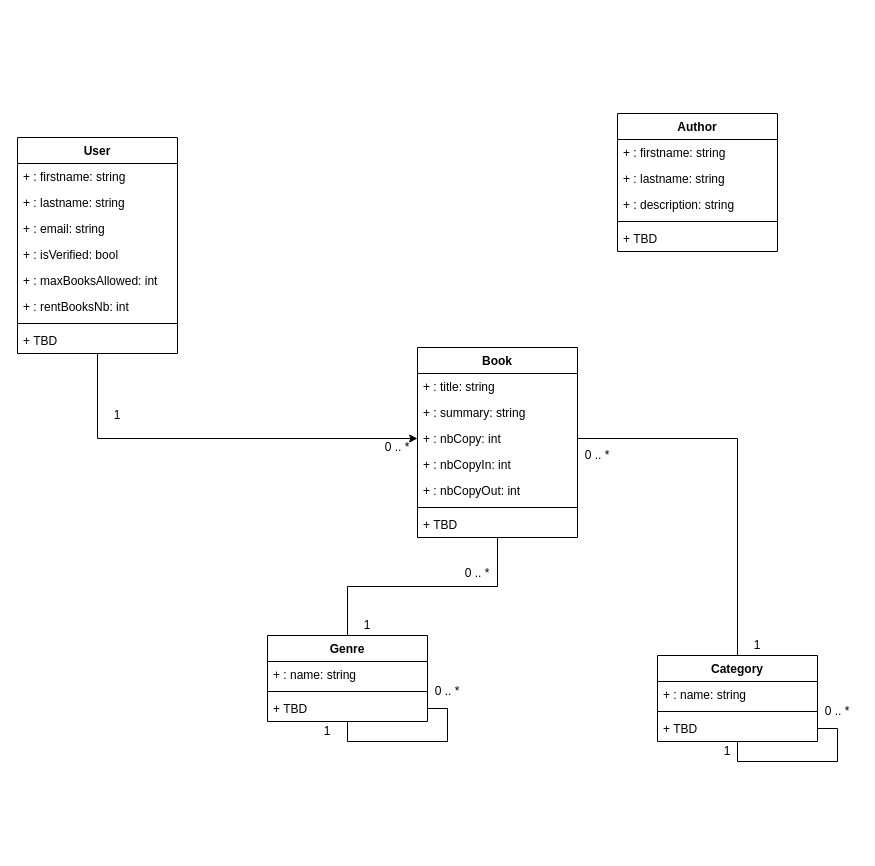
Earlier version of the draw.io diagram page "UML Class Diagram" (3 of 3) of docs/library_store.drawio (pptech-ds/CDA-JS-LIbrary-Store). Source tidied: cells renumbered, new cells numbered last; positions are measured from the earlier drawing's top-left corner, leaving out a move shared by most shapes. Both pictures are drawn from the tidied source at 100%, with x=0, y=0 at pixel (17, 113).
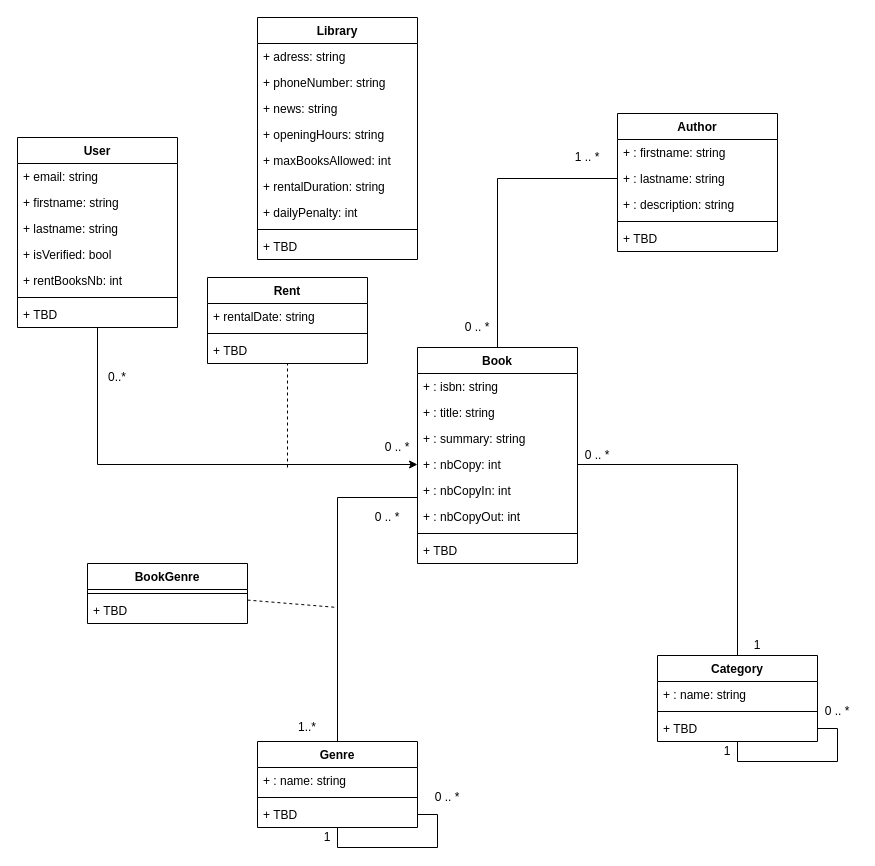
The same page after the edit.

Unchanged cells that the change refers to:
```xml
<mxCell id="43" value="+ : lastname: string  " style="text;strokeColor=none;fillColor=none;align=left;verticalAlign=top;spacingLeft=4;spacingRight=4;overflow=hidden;points=[[0,0.5],[1,0.5]];portConstraint=eastwest;" parent="41" vertex="1">
  <mxGeometry y="52" width="160" height="26" as="geometry" />
</mxCell>
```

Change to the diagram source:
```diff
@@
     <mxCell id="3" value="User" style="swimlane;fontStyle=1;align=center;verticalAlign=top;horizontal=1;startSize=26;" parent="1" vertex="1">
-      <mxGeometry y="24" width="160" height="216" as="geometry" />
+      <mxGeometry y="24" width="160" height="190" as="geometry" />
     </mxCell>
+    <mxCell id="6" value="+ email: string  " style="text;strokeColor=none;fillColor=none;align=left;verticalAlign=top;spacingLeft=4;spacingRight=4;overflow=hidden;" parent="3" vertex="1">
+      <mxGeometry y="26" width="160" height="26" as="geometry" />
+    </mxCell>
-    <mxCell id="4" value="+ : firstname: string&#10;  " style="text;strokeColor=none;fillColor=none;align=left;verticalAlign=top;spacingLeft=4;spacingRight=4;overflow=hidden;" parent="3" vertex="1">
-      <mxGeometry y="26" width="160" height="26" as="geometry" />
+    <mxCell id="4" value="+ firstname: string&#10;  " style="text;strokeColor=none;fillColor=none;align=left;verticalAlign=top;spacingLeft=4;spacingRight=4;overflow=hidden;" parent="3" vertex="1">
+      <mxGeometry y="52" width="160" height="26" as="geometry" />
     </mxCell>
-    <mxCell id="5" value="+ : lastname: string " style="text;strokeColor=none;fillColor=none;align=left;verticalAlign=top;spacingLeft=4;spacingRight=4;overflow=hidden;" parent="3" vertex="1">
-      <mxGeometry y="52" width="160" height="26" as="geometry" />
+    <mxCell id="5" value="+ lastname: string " style="text;strokeColor=none;fillColor=none;align=left;verticalAlign=top;spacingLeft=4;spacingRight=4;overflow=hidden;" parent="3" vertex="1">
+      <mxGeometry y="78" width="160" height="26" as="geometry" />
     </mxCell>
-    <mxCell id="6" value="+ : email: string  " style="text;strokeColor=none;fillColor=none;align=left;verticalAlign=top;spacingLeft=4;spacingRight=4;overflow=hidden;" parent="3" vertex="1">
-      <mxGeometry y="78" width="160" height="26" as="geometry" />
-    </mxCell>
-    <mxCell id="7" value="+ : isVerified: bool  " style="text;strokeColor=none;fillColor=none;align=left;verticalAlign=top;spacingLeft=4;spacingRight=4;overflow=hidden;" parent="3" vertex="1">
+    <mxCell id="7" value="+ isVerified: bool  " style="text;strokeColor=none;fillColor=none;align=left;verticalAlign=top;spacingLeft=4;spacingRight=4;overflow=hidden;" parent="3" vertex="1">
       <mxGeometry y="104" width="160" height="26" as="geometry" />
     </mxCell>
-    <mxCell id="8" value="+ : maxBooksAllowed: int  " style="text;strokeColor=none;fillColor=none;align=left;verticalAlign=top;spacingLeft=4;spacingRight=4;overflow=hidden;" parent="3" vertex="1">
-      <mxGeometry y="130" width="160" height="26" as="geometry" />
-    </mxCell>
-    <mxCell id="9" value="+ : rentBooksNb: int  " style="text;strokeColor=none;fillColor=none;align=left;verticalAlign=top;spacingLeft=4;spacingRight=4;overflow=hidden;" parent="3" vertex="1">
-      <mxGeometry y="156" width="160" height="26" as="geometry" />
+    <mxCell id="9" value="+ rentBooksNb: int  " style="text;strokeColor=none;fillColor=none;align=left;verticalAlign=top;spacingLeft=4;spacingRight=4;overflow=hidden;" parent="3" vertex="1">
+      <mxGeometry y="130" width="160" height="26" as="geometry" />
     </mxCell>
     <mxCell id="10" style="line;strokeWidth=1;fillColor=none;align=left;verticalAlign=middle;spacingTop=-1;spacingLeft=3;spacingRight=3;labelPosition=right;" parent="3" vertex="1">
-      <mxGeometry y="182" width="160" height="8" as="geometry" />
+      <mxGeometry y="156" width="160" height="8" as="geometry" />
     </mxCell>
     <mxCell id="11" value="+ TBD" style="text;strokeColor=none;fillColor=none;align=left;verticalAlign=top;spacingLeft=4;spacingRight=4;overflow=hidden;" parent="3" vertex="1">
-      <mxGeometry y="190" width="160" height="26" as="geometry" />
+      <mxGeometry y="164" width="160" height="26" as="geometry" />
     </mxCell>
     <mxCell id="12" style="edgeStyle=orthogonalEdgeStyle;rounded=0;jettySize=auto;html=1;entryX=0.5;entryY=0;entryDx=0;entryDy=0;endArrow=none;endFill=0;" parent="1" edge="1" source="13" target="29">
-      <mxGeometry relative="1" as="geometry" />
+      <mxGeometry relative="1" as="geometry">
+        <Array as="points">
+          <mxPoint x="320" y="384" />
+        </Array>
+      </mxGeometry>
     </mxCell>
     <mxCell id="13" value="Book" style="swimlane;fontStyle=1;align=center;verticalAlign=top;horizontal=1;startSize=26;" parent="1" vertex="1">
-      <mxGeometry x="400" y="234" width="160" height="190" as="geometry" />
+      <mxGeometry x="400" y="234" width="160" height="216" as="geometry" />
     </mxCell>
-    <mxCell id="14" value="+ : title: string&#10;  " style="text;strokeColor=none;fillColor=none;align=left;verticalAlign=top;spacingLeft=4;spacingRight=4;overflow=hidden;" parent="13" vertex="1">
+    <mxCell id="14" value="+ : isbn: string&#10;  " style="text;strokeColor=none;fillColor=none;align=left;verticalAlign=top;spacingLeft=4;spacingRight=4;overflow=hidden;" parent="13" vertex="1">
       <mxGeometry y="26" width="160" height="26" as="geometry" />
     </mxCell>
+    <mxCell id="48" value="+ : title: string&#10;  " style="text;strokeColor=none;fillColor=none;align=left;verticalAlign=top;spacingLeft=4;spacingRight=4;overflow=hidden;" parent="13" vertex="1">
+      <mxGeometry y="52" width="160" height="26" as="geometry" />
+    </mxCell>
     <mxCell id="15" value="+ : summary: string  " style="text;strokeColor=none;fillColor=none;align=left;verticalAlign=top;spacingLeft=4;spacingRight=4;overflow=hidden;" parent="13" vertex="1">
-      <mxGeometry y="52" width="160" height="26" as="geometry" />
+      <mxGeometry y="78" width="160" height="26" as="geometry" />
     </mxCell>
     <mxCell id="16" value="+ : nbCopy: int  " style="text;strokeColor=none;fillColor=none;align=left;verticalAlign=top;spacingLeft=4;spacingRight=4;overflow=hidden;points=[[0,0.5],[1,0.5]];portConstraint=eastwest;" parent="13" vertex="1">
-      <mxGeometry y="78" width="160" height="26" as="geometry" />
+      <mxGeometry y="104" width="160" height="26" as="geometry" />
     </mxCell>
     <mxCell id="17" value="+ : nbCopyIn: int " style="text;strokeColor=none;fillColor=none;align=left;verticalAlign=top;spacingLeft=4;spacingRight=4;overflow=hidden;" parent="13" vertex="1">
-      <mxGeometry y="104" width="160" height="26" as="geometry" />
+      <mxGeometry y="130" width="160" height="26" as="geometry" />
     </mxCell>
     <mxCell id="18" value="+ : nbCopyOut: int " style="text;strokeColor=none;fillColor=none;align=left;verticalAlign=top;spacingLeft=4;spacingRight=4;overflow=hidden;" parent="13" vertex="1">
-      <mxGeometry y="130" width="160" height="26" as="geometry" />
+      <mxGeometry y="156" width="160" height="26" as="geometry" />
     </mxCell>
     <mxCell id="19" style="line;strokeWidth=1;fillColor=none;align=left;verticalAlign=middle;spacingTop=-1;spacingLeft=3;spacingRight=3;labelPosition=right;" parent="13" vertex="1">
-      <mxGeometry y="156" width="160" height="8" as="geometry" />
+      <mxGeometry y="182" width="160" height="8" as="geometry" />
     </mxCell>
     <mxCell id="20" value="+ TBD" style="text;strokeColor=none;fillColor=none;align=left;verticalAlign=top;spacingLeft=4;spacingRight=4;overflow=hidden;" parent="13" vertex="1">
-      <mxGeometry y="164" width="160" height="26" as="geometry" />
+      <mxGeometry y="190" width="160" height="26" as="geometry" />
     </mxCell>
@@
     <mxCell id="29" value="Genre" style="swimlane;fontStyle=1;align=center;verticalAlign=top;horizontal=1;startSize=26;" parent="1" vertex="1">
-      <mxGeometry x="250" y="522" width="160" height="86" as="geometry" />
+      <mxGeometry x="240" y="628" width="160" height="86" as="geometry" />
     </mxCell>
@@
     <mxCell id="34" value="0 .. *" style="text;html=1;strokeColor=none;fillColor=none;align=center;verticalAlign=middle;whiteSpace=wrap;rounded=0;" parent="1" vertex="1">
-      <mxGeometry x="410" y="568" width="40" height="20" as="geometry" />
+      <mxGeometry x="410" y="674" width="40" height="20" as="geometry" />
     </mxCell>
     <mxCell id="35" value="1" style="text;html=1;strokeColor=none;fillColor=none;align=center;verticalAlign=middle;whiteSpace=wrap;rounded=0;" parent="1" vertex="1">
-      <mxGeometry x="290" y="608" width="40" height="20" as="geometry" />
+      <mxGeometry x="290" y="714" width="40" height="20" as="geometry" />
     </mxCell>
@@
-    <mxCell id="38" value="1" style="text;html=1;strokeColor=none;fillColor=none;align=center;verticalAlign=middle;whiteSpace=wrap;rounded=0;" parent="1" vertex="1">
-      <mxGeometry x="330" y="502" width="40" height="20" as="geometry" />
+    <mxCell id="38" value="1..*" style="text;html=1;strokeColor=none;fillColor=none;align=center;verticalAlign=middle;whiteSpace=wrap;rounded=0;" parent="1" vertex="1">
+      <mxGeometry x="270" y="604" width="40" height="20" as="geometry" />
     </mxCell>
@@
     <mxCell id="40" value="0 .. *" style="text;html=1;strokeColor=none;fillColor=none;align=center;verticalAlign=middle;whiteSpace=wrap;rounded=0;" parent="1" vertex="1">
-      <mxGeometry x="440" y="450" width="40" height="20" as="geometry" />
+      <mxGeometry x="350" y="394" width="40" height="20" as="geometry" />
     </mxCell>
@@
-    <mxCell id="47" value="1" style="text;html=1;strokeColor=none;fillColor=none;align=center;verticalAlign=middle;whiteSpace=wrap;rounded=0;" parent="1" vertex="1">
-      <mxGeometry x="80" y="292" width="40" height="20" as="geometry" />
+    <mxCell id="47" value="0..*" style="text;html=1;strokeColor=none;fillColor=none;align=center;verticalAlign=middle;whiteSpace=wrap;rounded=0;" parent="1" vertex="1">
+      <mxGeometry x="80" y="254" width="40" height="20" as="geometry" />
     </mxCell>
+    <mxCell id="49" value="BookGenre" style="swimlane;fontStyle=1;align=center;verticalAlign=top;horizontal=1;startSize=26;" parent="1" vertex="1">
+      <mxGeometry x="70" y="450" width="160" height="60" as="geometry" />
+    </mxCell>
+    <mxCell id="50" style="line;strokeWidth=1;fillColor=none;align=left;verticalAlign=middle;spacingTop=-1;spacingLeft=3;spacingRight=3;labelPosition=right;" parent="49" vertex="1">
+      <mxGeometry y="26" width="160" height="8" as="geometry" />
+    </mxCell>
+    <mxCell id="51" value="+ TBD" style="text;strokeColor=none;fillColor=none;align=left;verticalAlign=top;spacingLeft=4;spacingRight=4;overflow=hidden;" parent="49" vertex="1">
+      <mxGeometry y="34" width="160" height="26" as="geometry" />
+    </mxCell>
+    <mxCell id="52" style="endArrow=none;dashed=1;html=1;rounded=0;" parent="1" edge="1" source="49">
+      <mxGeometry relative="1" as="geometry">
+        <mxPoint x="320" y="494" as="targetPoint" />
+      </mxGeometry>
+    </mxCell>
+    <mxCell id="53" style="endArrow=none;html=1;rounded=0;entryX=0;entryY=0.5;entryDx=0;entryDy=0;exitX=0.5;exitY=0;exitDx=0;exitDy=0;" parent="1" edge="1" source="13" target="43">
+      <mxGeometry relative="1" as="geometry">
+        <Array as="points">
+          <mxPoint x="480" y="65" />
+        </Array>
+      </mxGeometry>
+    </mxCell>
+    <mxCell id="54" value="1 .. *" style="text;html=1;strokeColor=none;fillColor=none;align=center;verticalAlign=middle;whiteSpace=wrap;rounded=0;" parent="1" vertex="1">
+      <mxGeometry x="550" y="34" width="40" height="20" as="geometry" />
+    </mxCell>
+    <mxCell id="55" value="0 .. *" style="text;html=1;strokeColor=none;fillColor=none;align=center;verticalAlign=middle;whiteSpace=wrap;rounded=0;" parent="1" vertex="1">
+      <mxGeometry x="440" y="204" width="40" height="20" as="geometry" />
+    </mxCell>
+    <mxCell id="56" value="Rent" style="swimlane;fontStyle=1;align=center;verticalAlign=top;horizontal=1;startSize=26;" parent="1" vertex="1">
+      <mxGeometry x="190" y="164" width="160" height="86" as="geometry" />
+    </mxCell>
+    <mxCell id="57" value="+ rentalDate: string&#10;  " style="text;strokeColor=none;fillColor=none;align=left;verticalAlign=top;spacingLeft=4;spacingRight=4;overflow=hidden;" parent="56" vertex="1">
+      <mxGeometry y="26" width="160" height="26" as="geometry" />
+    </mxCell>
+    <mxCell id="58" style="line;strokeWidth=1;fillColor=none;align=left;verticalAlign=middle;spacingTop=-1;spacingLeft=3;spacingRight=3;labelPosition=right;" parent="56" vertex="1">
+      <mxGeometry y="52" width="160" height="8" as="geometry" />
+    </mxCell>
+    <mxCell id="59" value="+ TBD" style="text;strokeColor=none;fillColor=none;align=left;verticalAlign=top;spacingLeft=4;spacingRight=4;overflow=hidden;" parent="56" vertex="1">
+      <mxGeometry y="60" width="160" height="26" as="geometry" />
+    </mxCell>
+    <mxCell id="60" style="endArrow=none;dashed=1;html=1;rounded=0;" parent="1" edge="1" target="56">
+      <mxGeometry relative="1" as="geometry">
+        <mxPoint x="270" y="354" as="sourcePoint" />
+      </mxGeometry>
+    </mxCell>
+    <mxCell id="61" value="Library" style="swimlane;fontStyle=1;align=center;verticalAlign=top;horizontal=1;startSize=26;" parent="1" vertex="1">
+      <mxGeometry x="240" y="-96" width="160" height="242" as="geometry" />
+    </mxCell>
+    <mxCell id="62" value="+ adress: string  " style="text;strokeColor=none;fillColor=none;align=left;verticalAlign=top;spacingLeft=4;spacingRight=4;overflow=hidden;" parent="61" vertex="1">
+      <mxGeometry y="26" width="160" height="26" as="geometry" />
+    </mxCell>
+    <mxCell id="63" value="+ phoneNumber: string&#10;  " style="text;strokeColor=none;fillColor=none;align=left;verticalAlign=top;spacingLeft=4;spacingRight=4;overflow=hidden;" parent="61" vertex="1">
+      <mxGeometry y="52" width="160" height="26" as="geometry" />
+    </mxCell>
+    <mxCell id="64" value="+ news: string  " style="text;strokeColor=none;fillColor=none;align=left;verticalAlign=top;spacingLeft=4;spacingRight=4;overflow=hidden;" parent="61" vertex="1">
+      <mxGeometry y="78" width="160" height="26" as="geometry" />
+    </mxCell>
+    <mxCell id="65" value="+ openingHours: string  " style="text;strokeColor=none;fillColor=none;align=left;verticalAlign=top;spacingLeft=4;spacingRight=4;overflow=hidden;" parent="61" vertex="1">
+      <mxGeometry y="104" width="160" height="26" as="geometry" />
+    </mxCell>
+    <mxCell id="8" value="+ maxBooksAllowed: int  " style="text;strokeColor=none;fillColor=none;align=left;verticalAlign=top;spacingLeft=4;spacingRight=4;overflow=hidden;" parent="61" vertex="1">
+      <mxGeometry y="130" width="160" height="26" as="geometry" />
+    </mxCell>
+    <mxCell id="66" value="+ rentalDuration: string&#10;  " style="text;strokeColor=none;fillColor=none;align=left;verticalAlign=top;spacingLeft=4;spacingRight=4;overflow=hidden;" parent="61" vertex="1">
+      <mxGeometry y="156" width="160" height="26" as="geometry" />
+    </mxCell>
+    <mxCell id="67" value="+ dailyPenalty: int&#10;  " style="text;strokeColor=none;fillColor=none;align=left;verticalAlign=top;spacingLeft=4;spacingRight=4;overflow=hidden;" parent="61" vertex="1">
+      <mxGeometry y="182" width="160" height="26" as="geometry" />
+    </mxCell>
+    <mxCell id="68" style="line;strokeWidth=1;fillColor=none;align=left;verticalAlign=middle;spacingTop=-1;spacingLeft=3;spacingRight=3;labelPosition=right;" parent="61" vertex="1">
+      <mxGeometry y="208" width="160" height="8" as="geometry" />
+    </mxCell>
+    <mxCell id="69" value="+ TBD" style="text;strokeColor=none;fillColor=none;align=left;verticalAlign=top;spacingLeft=4;spacingRight=4;overflow=hidden;" parent="61" vertex="1">
+      <mxGeometry y="216" width="160" height="26" as="geometry" />
+    </mxCell>
```
